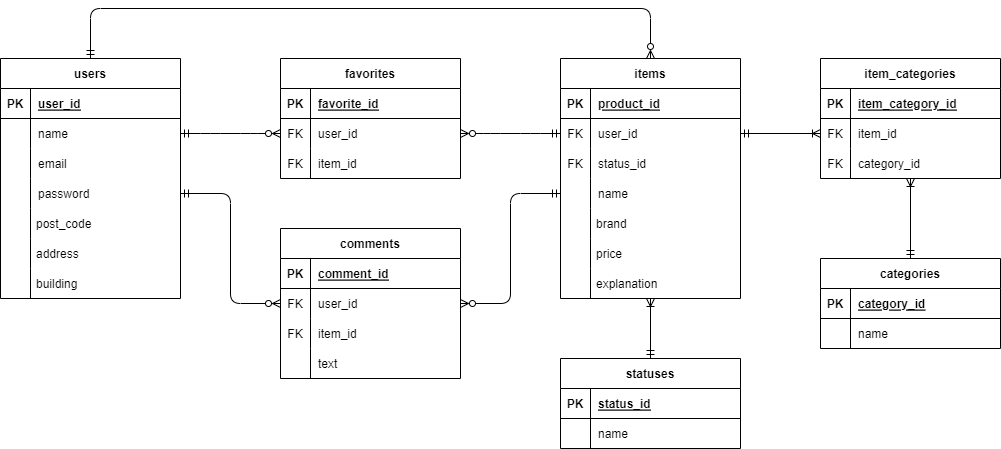
Before: market/market.drawio.png, a diagram exported from draw.io (nakagawa1573/images). Source tidied: cells renumbered, new cells last; positions are measured from the earlier drawing's top-left corner, leaving out a move shared by most shapes.
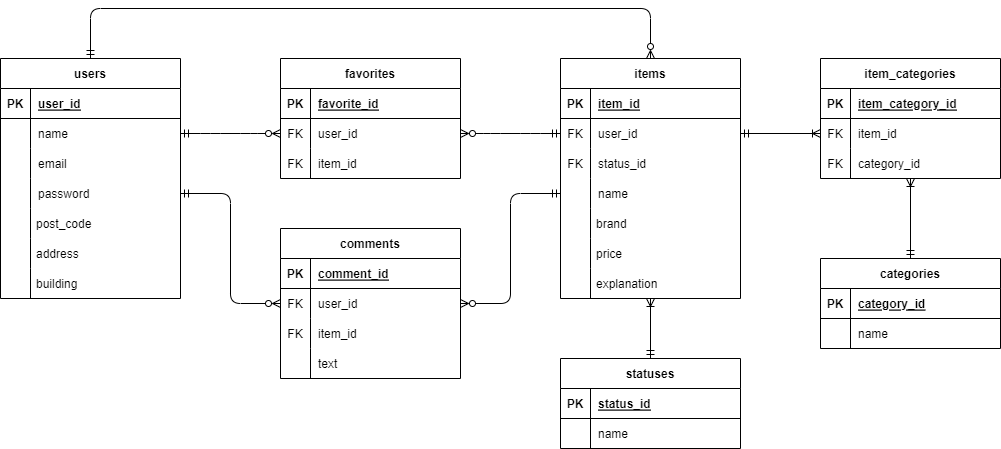
Later version of the same file.

What changed in the source:
```diff
@@ -77,7 +77,7 @@
     <mxCell id="26" value="PK" style="shape=partialRectangle;fillColor=none;top=0;left=0;bottom=0;right=0;fontStyle=1;overflow=hidden;" parent="25" vertex="1">
       <mxGeometry width="30" height="30" as="geometry" />
     </mxCell>
-    <mxCell id="27" value="product_id" style="shape=partialRectangle;fillColor=none;top=0;left=0;bottom=0;right=0;align=left;spacingLeft=6;fontStyle=5;overflow=hidden;" parent="25" vertex="1">
+    <mxCell id="27" value="item_id" style="shape=partialRectangle;fillColor=none;top=0;left=0;bottom=0;right=0;align=left;spacingLeft=6;fontStyle=5;overflow=hidden;" parent="25" vertex="1">
       <mxGeometry x="30" width="150" height="30" as="geometry" />
     </mxCell>
     <mxCell id="28" style="shape=tableRow;horizontal=0;startSize=0;swimlaneHead=0;swimlaneBody=0;fillColor=none;points=[[0,0.5],[1,0.5]];portConstraint=eastwest;top=0;left=0;right=0;bottom=0;" parent="24" vertex="1">
```
